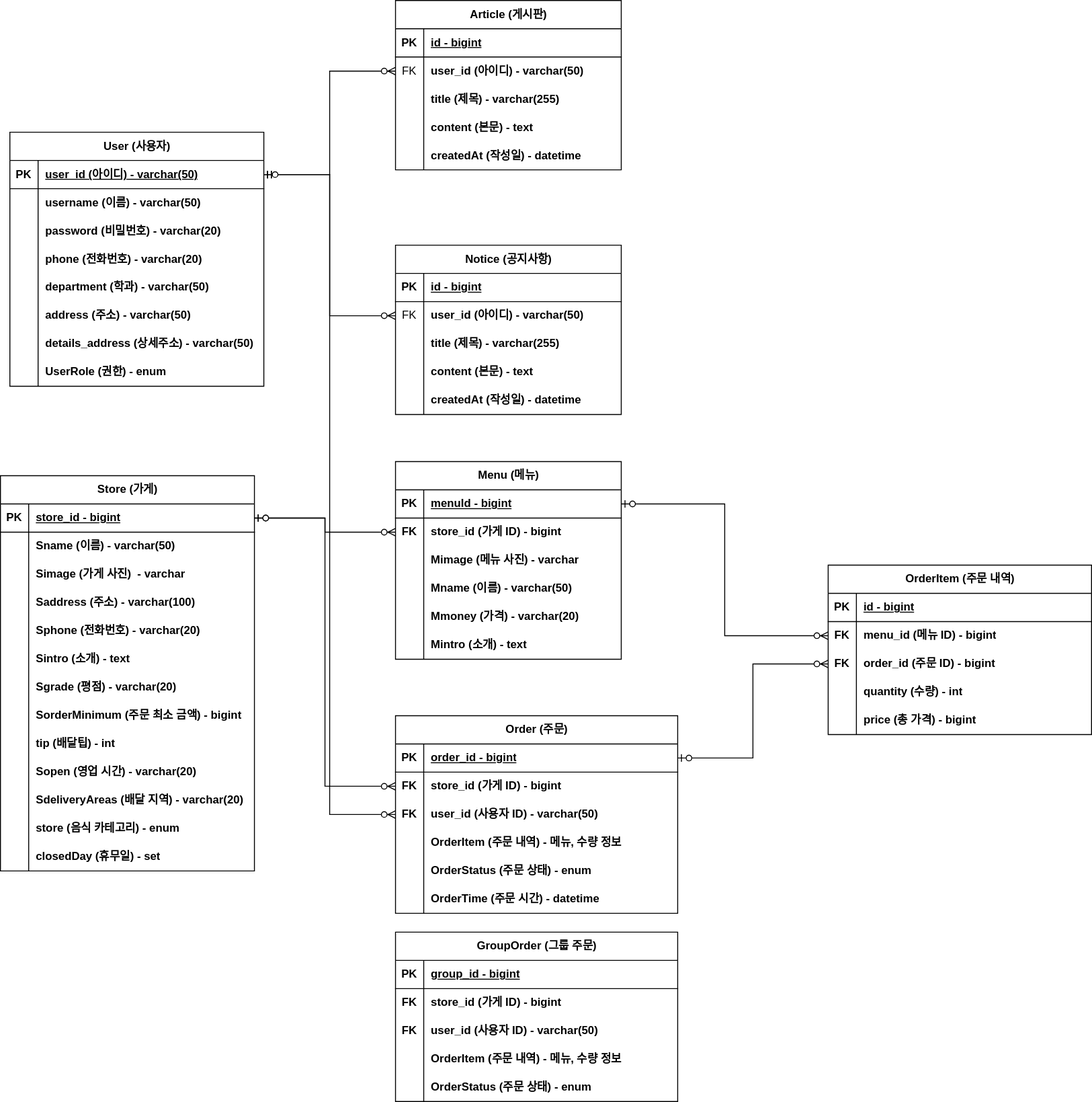
Before: document/ERD.svg, a diagram exported from draw.io (minju-sin/delivery). Source tidied: cells renumbered, new cells last; positions are measured from the earlier drawing's top-left corner, leaving out a move shared by most shapes.
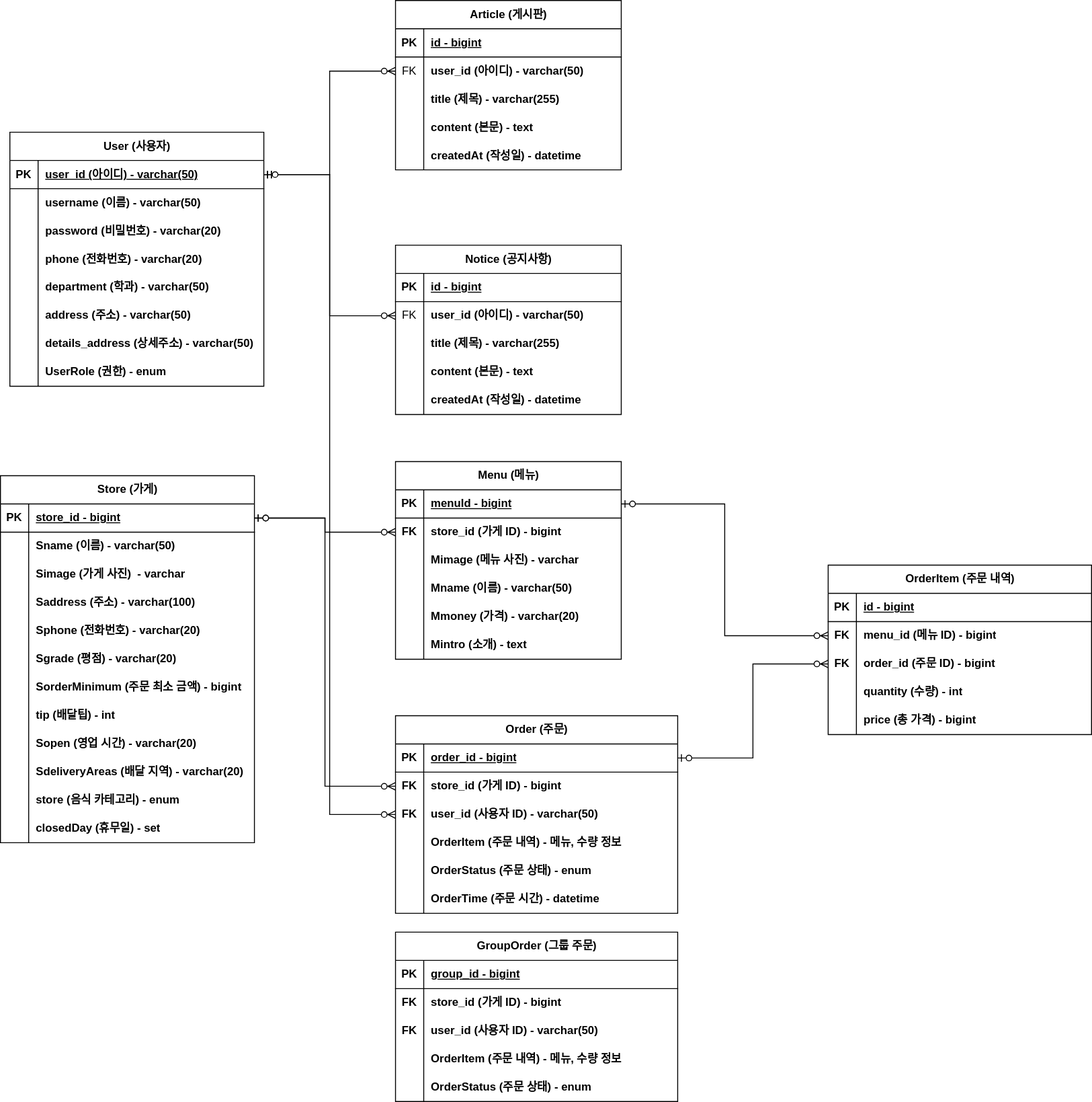
Later version of the same file.

The edit, as a diff of the source:
```diff
@@ -180,7 +180,7 @@
       <mxGeometry relative="1" as="geometry" />
     </mxCell>
     <mxCell id="61" value="Store (가게)" style="shape=table;startSize=30;rowLines=0;fontStyle=1;align=center;html=1;" parent="1" vertex="1">
-      <mxGeometry y="505" width="270" height="420" as="geometry" />
+      <mxGeometry y="505" width="270" height="390" as="geometry" />
     </mxCell>
     <mxCell id="62" style="shape=tableRow;horizontal=0;startSize=0;swimlaneHead=0;swimlaneBody=0;fillColor=none;points=[[0,0.5],[1,0.5]];portConstraint=eastwest;top=0;left=0;right=0;bottom=1;" parent="61" vertex="1">
       <mxGeometry y="30" width="270" height="30" as="geometry" />
@@ -227,17 +227,8 @@
     <mxCell id="76" value="Sphone (전화번호) - varchar(20)" style="shape=partialRectangle;fillColor=none;top=0;left=0;bottom=0;right=0;align=left;spacingLeft=6;overflow=hidden;whiteSpace=wrap;html=1;fontStyle=1;" parent="74" vertex="1">
       <mxGeometry x="30" width="240" height="30" as="geometry" />
     </mxCell>
-    <mxCell id="77" style="shape=tableRow;horizontal=0;startSize=0;swimlaneHead=0;swimlaneBody=0;fillColor=none;top=0;left=0;right=0;bottom=0;" parent="61" vertex="1">
-      <mxGeometry y="180" width="270" height="30" as="geometry" />
-    </mxCell>
-    <mxCell id="78" style="shape=partialRectangle;fillColor=none;top=0;left=0;bottom=0;right=0;overflow=hidden;whiteSpace=wrap;html=1;" parent="77" vertex="1">
-      <mxGeometry width="30" height="30" as="geometry" />
-    </mxCell>
-    <mxCell id="79" value="Sintro (소개) - text&amp;nbsp;" style="shape=partialRectangle;fillColor=none;top=0;left=0;bottom=0;right=0;align=left;spacingLeft=6;overflow=hidden;whiteSpace=wrap;html=1;fontStyle=1;" parent="77" vertex="1">
-      <mxGeometry x="30" width="240" height="30" as="geometry" />
-    </mxCell>
     <mxCell id="80" style="shape=tableRow;horizontal=0;startSize=0;swimlaneHead=0;swimlaneBody=0;fillColor=none;top=0;left=0;right=0;bottom=0;" parent="61" vertex="1">
-      <mxGeometry y="210" width="270" height="30" as="geometry" />
+      <mxGeometry y="180" width="270" height="30" as="geometry" />
     </mxCell>
     <mxCell id="81" style="shape=partialRectangle;fillColor=none;top=0;left=0;bottom=0;right=0;overflow=hidden;whiteSpace=wrap;html=1;" parent="80" vertex="1">
       <mxGeometry width="30" height="30" as="geometry" />
@@ -246,7 +237,7 @@
       <mxGeometry x="30" width="240" height="30" as="geometry" />
     </mxCell>
     <mxCell id="83" style="shape=tableRow;horizontal=0;startSize=0;swimlaneHead=0;swimlaneBody=0;fillColor=none;top=0;left=0;right=0;bottom=0;" parent="61" vertex="1">
-      <mxGeometry y="240" width="270" height="30" as="geometry" />
+      <mxGeometry y="210" width="270" height="30" as="geometry" />
     </mxCell>
     <mxCell id="84" style="shape=partialRectangle;fillColor=none;top=0;left=0;bottom=0;right=0;overflow=hidden;whiteSpace=wrap;html=1;" parent="83" vertex="1">
       <mxGeometry width="30" height="30" as="geometry" />
@@ -255,7 +246,7 @@
       <mxGeometry x="30" width="240" height="30" as="geometry" />
     </mxCell>
     <mxCell id="86" style="shape=tableRow;horizontal=0;startSize=0;swimlaneHead=0;swimlaneBody=0;fillColor=none;top=0;left=0;right=0;bottom=0;" parent="61" vertex="1">
-      <mxGeometry y="270" width="270" height="30" as="geometry" />
+      <mxGeometry y="240" width="270" height="30" as="geometry" />
     </mxCell>
     <mxCell id="87" style="shape=partialRectangle;fillColor=none;top=0;left=0;bottom=0;right=0;overflow=hidden;whiteSpace=wrap;html=1;" parent="86" vertex="1">
       <mxGeometry width="30" height="30" as="geometry" />
@@ -264,7 +255,7 @@
       <mxGeometry x="30" width="240" height="30" as="geometry" />
     </mxCell>
     <mxCell id="89" style="shape=tableRow;horizontal=0;startSize=0;swimlaneHead=0;swimlaneBody=0;fillColor=none;top=0;left=0;right=0;bottom=0;" parent="61" vertex="1">
-      <mxGeometry y="300" width="270" height="30" as="geometry" />
+      <mxGeometry y="270" width="270" height="30" as="geometry" />
     </mxCell>
     <mxCell id="90" style="shape=partialRectangle;fillColor=none;top=0;left=0;bottom=0;right=0;overflow=hidden;whiteSpace=wrap;html=1;" parent="89" vertex="1">
       <mxGeometry width="30" height="30" as="geometry" />
@@ -273,7 +264,7 @@
       <mxGeometry x="30" width="240" height="30" as="geometry" />
     </mxCell>
     <mxCell id="92" style="shape=tableRow;horizontal=0;startSize=0;swimlaneHead=0;swimlaneBody=0;fillColor=none;top=0;left=0;right=0;bottom=0;" parent="61" vertex="1">
-      <mxGeometry y="330" width="270" height="30" as="geometry" />
+      <mxGeometry y="300" width="270" height="30" as="geometry" />
     </mxCell>
     <mxCell id="93" style="shape=partialRectangle;fillColor=none;top=0;left=0;bottom=0;right=0;overflow=hidden;whiteSpace=wrap;html=1;" parent="92" vertex="1">
       <mxGeometry width="30" height="30" as="geometry" />
@@ -282,7 +273,7 @@
       <mxGeometry x="30" width="240" height="30" as="geometry" />
     </mxCell>
     <mxCell id="95" style="shape=tableRow;horizontal=0;startSize=0;swimlaneHead=0;swimlaneBody=0;fillColor=none;top=0;left=0;right=0;bottom=0;" parent="61" vertex="1">
-      <mxGeometry y="360" width="270" height="30" as="geometry" />
+      <mxGeometry y="330" width="270" height="30" as="geometry" />
     </mxCell>
     <mxCell id="96" style="shape=partialRectangle;fillColor=none;top=0;left=0;bottom=0;right=0;overflow=hidden;whiteSpace=wrap;html=1;" parent="95" vertex="1">
       <mxGeometry width="30" height="30" as="geometry" />
@@ -291,7 +282,7 @@
       <mxGeometry x="30" width="240" height="30" as="geometry" />
     </mxCell>
     <mxCell id="98" style="shape=tableRow;horizontal=0;startSize=0;swimlaneHead=0;swimlaneBody=0;fillColor=none;top=0;left=0;right=0;bottom=0;" parent="61" vertex="1">
-      <mxGeometry y="390" width="270" height="30" as="geometry" />
+      <mxGeometry y="360" width="270" height="30" as="geometry" />
     </mxCell>
     <mxCell id="99" style="shape=partialRectangle;fillColor=none;top=0;left=0;bottom=0;right=0;overflow=hidden;whiteSpace=wrap;html=1;" parent="98" vertex="1">
       <mxGeometry width="30" height="30" as="geometry" />
```
